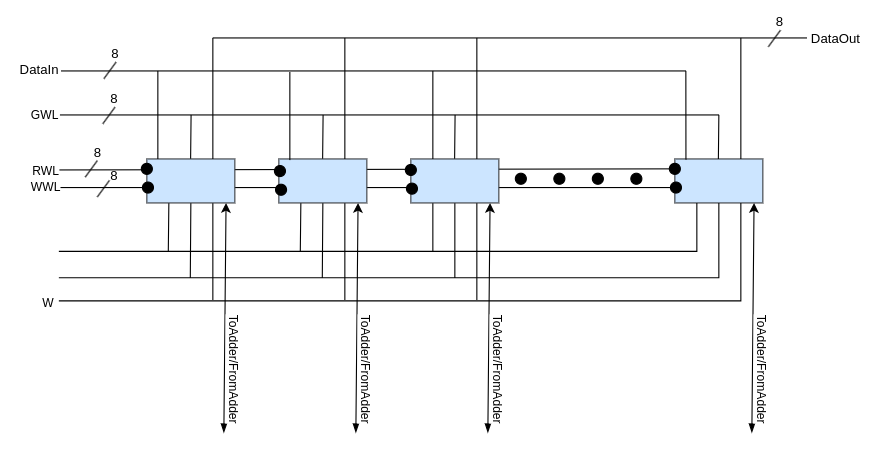
Before: Schemetics/Memory_Array.png, a diagram exported from draw.io (Muslim-314/CONV-ENGINE). Source tidied: cells renumbered, new cells last; positions are measured from the earlier drawing's top-left corner, leaving out a move shared by most shapes. The source it was exported from:
```xml
<mxGraphModel>
  <root>
    <mxCell id="0" />
    <mxCell id="1" parent="0" />
    <mxCell id="2" style="endArrow=blockThin;html=1;rounded=0;endFill=1;startArrow=classic;startFill=1;" parent="1" edge="1">
      <mxGeometry relative="1" as="geometry">
        <mxPoint x="200" y="179" as="sourcePoint" />
        <mxPoint x="198" y="388" as="targetPoint" />
      </mxGeometry>
    </mxCell>
    <mxCell id="3" value="ToAdder/FromAdder" style="edgeLabel;html=1;align=center;verticalAlign=middle;rotation=90;" parent="2" vertex="1">
      <mxGeometry x="-0.52" y="3" relative="1" as="geometry">
        <mxPoint x="5" y="100" as="offset" />
      </mxGeometry>
    </mxCell>
    <mxCell id="4" style="rounded=0;whiteSpace=wrap;html=1;fillColor=#cce5ff;strokeColor=#36393d;" parent="1" vertex="1">
      <mxGeometry x="608" y="139" width="80" height="40" as="geometry" />
    </mxCell>
    <mxCell id="5" style="endArrow=none;html=1;rounded=0;entryX=0;entryY=0.25;entryDx=0;entryDy=0;" parent="1" edge="1">
      <mxGeometry relative="1" as="geometry">
        <mxPoint x="48" y="149" as="sourcePoint" />
        <mxPoint x="608" y="148" as="targetPoint" />
      </mxGeometry>
    </mxCell>
    <mxCell id="6" style="shape=ellipse;fillColor=#000000;strokeColor=#000000;html=1;sketch=0;fontColor=#ffffff;" parent="1" vertex="1">
      <mxGeometry x="603" y="143" width="10" height="10" as="geometry" />
    </mxCell>
    <mxCell id="7" style="endArrow=none;html=1;rounded=0;entryX=0;entryY=0.25;entryDx=0;entryDy=0;" parent="1" edge="1">
      <mxGeometry relative="1" as="geometry">
        <mxPoint x="48" y="165" as="sourcePoint" />
        <mxPoint x="609" y="165" as="targetPoint" />
      </mxGeometry>
    </mxCell>
    <mxCell id="8" style="shape=ellipse;fillColor=#000000;strokeColor=#000000;html=1;sketch=0;fontColor=#ffffff;" parent="1" vertex="1">
      <mxGeometry x="604" y="160" width="10" height="10" as="geometry" />
    </mxCell>
    <mxCell id="9" style="shape=ellipse;fillColor=#000000;strokeColor=#000000;html=1;sketch=0;fontColor=#ffffff;" parent="1" vertex="1">
      <mxGeometry x="463" y="152" width="10" height="10" as="geometry" />
    </mxCell>
    <mxCell id="10" style="shape=ellipse;fillColor=#000000;strokeColor=#000000;html=1;sketch=0;fontColor=#ffffff;" parent="1" vertex="1">
      <mxGeometry x="498" y="152" width="10" height="10" as="geometry" />
    </mxCell>
    <mxCell id="11" style="shape=ellipse;fillColor=#000000;strokeColor=#000000;html=1;sketch=0;fontColor=#ffffff;" parent="1" vertex="1">
      <mxGeometry x="533" y="152" width="10" height="10" as="geometry" />
    </mxCell>
    <mxCell id="12" style="shape=ellipse;fillColor=#000000;strokeColor=#000000;html=1;sketch=0;fontColor=#ffffff;" parent="1" vertex="1">
      <mxGeometry x="568" y="152" width="10" height="10" as="geometry" />
    </mxCell>
    <mxCell id="13" style="endArrow=none;html=1;rounded=0;" parent="1" edge="1">
      <mxGeometry relative="1" as="geometry">
        <mxPoint x="48" y="247" as="sourcePoint" />
        <mxPoint x="648" y="179" as="targetPoint" />
        <Array as="points">
          <mxPoint x="648" y="247" />
        </Array>
      </mxGeometry>
    </mxCell>
    <mxCell id="14" style="endArrow=none;html=1;rounded=0;entryX=0.5;entryY=1;entryDx=0;entryDy=0;" parent="1" edge="1" target="44">
      <mxGeometry relative="1" as="geometry">
        <mxPoint x="408" y="247" as="sourcePoint" />
      </mxGeometry>
    </mxCell>
    <mxCell id="15" style="endArrow=none;html=1;rounded=0;" parent="1" edge="1">
      <mxGeometry relative="1" as="geometry">
        <mxPoint x="287.5" y="247" as="sourcePoint" />
        <mxPoint x="288" y="179" as="targetPoint" />
      </mxGeometry>
    </mxCell>
    <mxCell id="16" style="endArrow=none;html=1;rounded=0;entryX=0.5;entryY=1;entryDx=0;entryDy=0;" parent="1" edge="1" target="40">
      <mxGeometry relative="1" as="geometry">
        <mxPoint x="167.5" y="247" as="sourcePoint" />
      </mxGeometry>
    </mxCell>
    <mxCell id="17" style="endArrow=none;html=1;rounded=0;" parent="1" edge="1">
      <mxGeometry relative="1" as="geometry">
        <mxPoint x="48" y="268" as="sourcePoint" />
        <mxPoint x="668" y="179" as="targetPoint" />
        <Array as="points">
          <mxPoint x="668" y="268" />
        </Array>
      </mxGeometry>
    </mxCell>
    <mxCell id="18" style="endArrow=none;html=1;rounded=0;" parent="1" edge="1">
      <mxGeometry relative="1" as="geometry">
        <mxPoint x="428" y="267" as="sourcePoint" />
        <mxPoint x="428" y="179" as="targetPoint" />
      </mxGeometry>
    </mxCell>
    <mxCell id="19" style="endArrow=none;html=1;rounded=0;entryX=0.75;entryY=1;entryDx=0;entryDy=0;" parent="1" edge="1" target="43">
      <mxGeometry relative="1" as="geometry">
        <mxPoint x="308" y="267" as="sourcePoint" />
      </mxGeometry>
    </mxCell>
    <mxCell id="20" style="endArrow=none;html=1;rounded=0;entryX=0.75;entryY=1;entryDx=0;entryDy=0;" parent="1" edge="1" target="40">
      <mxGeometry relative="1" as="geometry">
        <mxPoint x="188" y="267" as="sourcePoint" />
      </mxGeometry>
    </mxCell>
    <mxCell id="21" style="endArrow=none;html=1;rounded=0;" parent="1" edge="1">
      <mxGeometry relative="1" as="geometry">
        <mxPoint x="48" y="223" as="sourcePoint" />
        <mxPoint x="628" y="179" as="targetPoint" />
        <Array as="points">
          <mxPoint x="628" y="223" />
        </Array>
      </mxGeometry>
    </mxCell>
    <mxCell id="22" style="endArrow=none;html=1;rounded=0;" parent="1" edge="1">
      <mxGeometry relative="1" as="geometry">
        <mxPoint x="388" y="223" as="sourcePoint" />
        <mxPoint x="388" y="179" as="targetPoint" />
      </mxGeometry>
    </mxCell>
    <mxCell id="23" style="endArrow=none;html=1;rounded=0;" parent="1" edge="1">
      <mxGeometry relative="1" as="geometry">
        <mxPoint x="267.5" y="223" as="sourcePoint" />
        <mxPoint x="268" y="179" as="targetPoint" />
      </mxGeometry>
    </mxCell>
    <mxCell id="24" style="endArrow=none;html=1;rounded=0;" parent="1" edge="1">
      <mxGeometry relative="1" as="geometry">
        <mxPoint x="147.5" y="223" as="sourcePoint" />
        <mxPoint x="148" y="179" as="targetPoint" />
      </mxGeometry>
    </mxCell>
    <mxCell id="25" value="W" style="edgeLabel;html=1;align=center;verticalAlign=middle;" parent="1" vertex="1">
      <mxGeometry x="49" y="275" as="geometry">
        <mxPoint x="-12" y="-6" as="offset" />
      </mxGeometry>
    </mxCell>
    <mxCell id="26" value="RWL" style="edgeLabel;html=1;align=center;verticalAlign=middle;" parent="1" vertex="1">
      <mxGeometry x="47" y="304" as="geometry">
        <mxPoint x="-12" y="-155" as="offset" />
      </mxGeometry>
    </mxCell>
    <mxCell id="27" value="WWL" style="edgeLabel;html=1;align=center;verticalAlign=middle;" parent="1" vertex="1">
      <mxGeometry x="47" y="170" as="geometry">
        <mxPoint x="-12" y="-6" as="offset" />
      </mxGeometry>
    </mxCell>
    <mxCell id="28" style="endArrow=blockThin;html=1;rounded=0;endFill=1;startArrow=classic;startFill=1;" parent="1" edge="1">
      <mxGeometry relative="1" as="geometry">
        <mxPoint x="320" y="179" as="sourcePoint" />
        <mxPoint x="318" y="388" as="targetPoint" />
      </mxGeometry>
    </mxCell>
    <mxCell id="29" value="ToAdder/FromAdder" style="edgeLabel;html=1;align=center;verticalAlign=middle;rotation=90;" parent="28" vertex="1">
      <mxGeometry x="-0.52" y="3" relative="1" as="geometry">
        <mxPoint x="5" y="100" as="offset" />
      </mxGeometry>
    </mxCell>
    <mxCell id="30" style="endArrow=blockThin;html=1;rounded=0;endFill=1;startArrow=classic;startFill=1;" parent="1" edge="1">
      <mxGeometry relative="1" as="geometry">
        <mxPoint x="440" y="179" as="sourcePoint" />
        <mxPoint x="438" y="388" as="targetPoint" />
      </mxGeometry>
    </mxCell>
    <mxCell id="31" value="ToAdder/FromAdder" style="edgeLabel;html=1;align=center;verticalAlign=middle;rotation=90;" parent="30" vertex="1">
      <mxGeometry x="-0.52" y="3" relative="1" as="geometry">
        <mxPoint x="5" y="100" as="offset" />
      </mxGeometry>
    </mxCell>
    <mxCell id="32" style="endArrow=blockThin;html=1;rounded=0;endFill=1;startArrow=classic;startFill=1;" parent="1" edge="1">
      <mxGeometry relative="1" as="geometry">
        <mxPoint x="680" y="179" as="sourcePoint" />
        <mxPoint x="678" y="388" as="targetPoint" />
      </mxGeometry>
    </mxCell>
    <mxCell id="33" value="ToAdder/FromAdder" style="edgeLabel;html=1;align=center;verticalAlign=middle;rotation=90;" parent="32" vertex="1">
      <mxGeometry x="-0.52" y="3" relative="1" as="geometry">
        <mxPoint x="5" y="100" as="offset" />
      </mxGeometry>
    </mxCell>
    <mxCell id="34" style="endArrow=none;html=1;rounded=0;" parent="1" edge="1">
      <mxGeometry relative="1" as="geometry">
        <mxPoint x="49" y="99" as="sourcePoint" />
        <mxPoint x="648" y="99" as="targetPoint" />
      </mxGeometry>
    </mxCell>
    <mxCell id="35" style="endArrow=none;html=1;rounded=0;" parent="1" edge="1">
      <mxGeometry relative="1" as="geometry">
        <mxPoint x="647.6" y="139" as="sourcePoint" />
        <mxPoint x="648" y="99" as="targetPoint" />
      </mxGeometry>
    </mxCell>
    <mxCell id="36" style="endArrow=none;html=1;rounded=0;" parent="1" edge="1">
      <mxGeometry relative="1" as="geometry">
        <mxPoint x="407.8" y="139" as="sourcePoint" />
        <mxPoint x="408.2" y="99" as="targetPoint" />
      </mxGeometry>
    </mxCell>
    <mxCell id="37" style="endArrow=none;html=1;rounded=0;" parent="1" edge="1">
      <mxGeometry relative="1" as="geometry">
        <mxPoint x="287.8" y="139" as="sourcePoint" />
        <mxPoint x="288.2" y="99" as="targetPoint" />
      </mxGeometry>
    </mxCell>
    <mxCell id="38" style="endArrow=none;html=1;rounded=0;" parent="1" edge="1">
      <mxGeometry relative="1" as="geometry">
        <mxPoint x="167.8" y="139" as="sourcePoint" />
        <mxPoint x="168.2" y="99" as="targetPoint" />
      </mxGeometry>
    </mxCell>
    <mxCell id="39" value="&lt;span style=&quot;color: rgb(0, 0, 0); font-family: Helvetica; font-size: 11px; font-style: normal; font-variant-ligatures: normal; font-variant-caps: normal; font-weight: 400; letter-spacing: normal; orphans: 2; text-align: center; text-indent: 0px; text-transform: none; widows: 2; word-spacing: 0px; -webkit-text-stroke-width: 0px; white-space: nowrap; background-color: rgb(255, 255, 255); text-decoration-thickness: initial; text-decoration-style: initial; text-decoration-color: initial; display: inline !important; float: none;&quot;&gt;GWL&lt;/span&gt;" style="text;whiteSpace=wrap;html=1;" parent="1" vertex="1">
      <mxGeometry x="21" y="85" width="29" height="20" as="geometry" />
    </mxCell>
    <mxCell id="40" style="rounded=0;whiteSpace=wrap;html=1;fillColor=#cce5ff;strokeColor=#36393d;" parent="1" vertex="1">
      <mxGeometry x="128" y="139" width="80" height="40" as="geometry" />
    </mxCell>
    <mxCell id="41" style="shape=ellipse;fillColor=#000000;strokeColor=#000000;html=1;sketch=0;fontColor=#ffffff;" parent="1" vertex="1">
      <mxGeometry x="124" y="160" width="10" height="10" as="geometry" />
    </mxCell>
    <mxCell id="42" style="shape=ellipse;fillColor=#000000;strokeColor=#000000;html=1;sketch=0;fontColor=#ffffff;" parent="1" vertex="1">
      <mxGeometry x="123" y="143" width="10" height="10" as="geometry" />
    </mxCell>
    <mxCell id="43" style="rounded=0;whiteSpace=wrap;html=1;fillColor=#cce5ff;strokeColor=#36393d;" parent="1" vertex="1">
      <mxGeometry x="248" y="139" width="80" height="40" as="geometry" />
    </mxCell>
    <mxCell id="44" style="rounded=0;whiteSpace=wrap;html=1;fillColor=#cce5ff;strokeColor=#36393d;" parent="1" vertex="1">
      <mxGeometry x="368" y="139" width="80" height="40" as="geometry" />
    </mxCell>
    <mxCell id="45" style="shape=ellipse;fillColor=#000000;strokeColor=#000000;html=1;sketch=0;fontColor=#ffffff;" parent="1" vertex="1">
      <mxGeometry x="244" y="145" width="10" height="10" as="geometry" />
    </mxCell>
    <mxCell id="46" style="shape=ellipse;fillColor=#000000;strokeColor=#000000;html=1;sketch=0;fontColor=#ffffff;" parent="1" vertex="1">
      <mxGeometry x="245" y="162" width="10" height="10" as="geometry" />
    </mxCell>
    <mxCell id="47" style="shape=ellipse;fillColor=#000000;strokeColor=#000000;html=1;sketch=0;fontColor=#ffffff;" parent="1" vertex="1">
      <mxGeometry x="364" y="161" width="10" height="10" as="geometry" />
    </mxCell>
    <mxCell id="48" style="shape=ellipse;fillColor=#000000;strokeColor=#000000;html=1;sketch=0;fontColor=#ffffff;" parent="1" vertex="1">
      <mxGeometry x="363" y="144" width="10" height="10" as="geometry" />
    </mxCell>
    <mxCell id="49" value="8" style="text;html=1;align=center;verticalAlign=middle;strokeColor=none;fillColor=none;" parent="1" vertex="1">
      <mxGeometry x="68" y="119" width="30" height="30" as="geometry" />
    </mxCell>
    <mxCell id="50" style="endArrow=none;html=1;rounded=0;" parent="1" edge="1">
      <mxGeometry relative="1" as="geometry">
        <mxPoint x="88" y="107" as="sourcePoint" />
        <mxPoint x="99" y="92" as="targetPoint" />
      </mxGeometry>
    </mxCell>
    <mxCell id="51" value="8" style="text;html=1;align=center;verticalAlign=middle;strokeColor=none;fillColor=none;" parent="1" vertex="1">
      <mxGeometry x="83" y="70" width="30" height="30" as="geometry" />
    </mxCell>
    <mxCell id="52" style="endArrow=none;html=1;rounded=0;" parent="1" edge="1">
      <mxGeometry relative="1" as="geometry">
        <mxPoint x="72" y="155.5" as="sourcePoint" />
        <mxPoint x="83" y="140.5" as="targetPoint" />
      </mxGeometry>
    </mxCell>
    <mxCell id="53" style="endArrow=none;html=1;rounded=0;" parent="1" edge="1">
      <mxGeometry relative="1" as="geometry">
        <mxPoint x="83" y="173.5" as="sourcePoint" />
        <mxPoint x="94" y="158.5" as="targetPoint" />
      </mxGeometry>
    </mxCell>
    <mxCell id="54" value="8" style="text;html=1;align=center;verticalAlign=middle;strokeColor=none;fillColor=none;" parent="1" vertex="1">
      <mxGeometry x="83" y="140" width="30" height="30" as="geometry" />
    </mxCell>
    <mxCell id="55" style="endArrow=none;html=1;rounded=0;" parent="1" edge="1">
      <mxGeometry relative="1" as="geometry">
        <mxPoint x="50" y="59" as="sourcePoint" />
        <mxPoint x="618" y="59" as="targetPoint" />
      </mxGeometry>
    </mxCell>
    <mxCell id="56" value="DataIn" style="text;html=1;align=center;verticalAlign=middle;strokeColor=none;fillColor=none;" parent="1" vertex="1">
      <mxGeometry y="43" width="60" height="30" as="geometry" />
    </mxCell>
    <mxCell id="57" style="endArrow=none;html=1;rounded=0;exitX=0.126;exitY=0.01;exitDx=0;exitDy=0;exitPerimeter=0;" parent="1" edge="1" source="4">
      <mxGeometry relative="1" as="geometry">
        <mxPoint x="618" y="59" as="targetPoint" />
      </mxGeometry>
    </mxCell>
    <mxCell id="58" style="endArrow=none;html=1;rounded=0;exitX=0.126;exitY=0.01;exitDx=0;exitDy=0;exitPerimeter=0;" parent="1" edge="1">
      <mxGeometry relative="1" as="geometry">
        <mxPoint x="388" y="139" as="sourcePoint" />
        <mxPoint x="388" y="59" as="targetPoint" />
      </mxGeometry>
    </mxCell>
    <mxCell id="59" style="endArrow=none;html=1;rounded=0;exitX=0.126;exitY=0.01;exitDx=0;exitDy=0;exitPerimeter=0;" parent="1" edge="1">
      <mxGeometry relative="1" as="geometry">
        <mxPoint x="258" y="140" as="sourcePoint" />
        <mxPoint x="258" y="60" as="targetPoint" />
      </mxGeometry>
    </mxCell>
    <mxCell id="60" style="endArrow=none;html=1;rounded=0;exitX=0.126;exitY=0.01;exitDx=0;exitDy=0;exitPerimeter=0;" parent="1" edge="1">
      <mxGeometry relative="1" as="geometry">
        <mxPoint x="138" y="139" as="sourcePoint" />
        <mxPoint x="138" y="59" as="targetPoint" />
      </mxGeometry>
    </mxCell>
    <mxCell id="61" style="endArrow=none;html=1;rounded=0;" parent="1" edge="1">
      <mxGeometry relative="1" as="geometry">
        <mxPoint x="89" y="66" as="sourcePoint" />
        <mxPoint x="100" y="51" as="targetPoint" />
      </mxGeometry>
    </mxCell>
    <mxCell id="62" value="8" style="text;html=1;align=center;verticalAlign=middle;strokeColor=none;fillColor=none;" parent="1" vertex="1">
      <mxGeometry x="84" y="29" width="30" height="30" as="geometry" />
    </mxCell>
    <mxCell id="63" style="endArrow=none;html=1;rounded=0;" parent="1" edge="1">
      <mxGeometry relative="1" as="geometry">
        <mxPoint x="188" y="29" as="sourcePoint" />
        <mxPoint x="728" y="29" as="targetPoint" />
      </mxGeometry>
    </mxCell>
    <mxCell id="64" style="endArrow=none;html=1;rounded=0;exitX=0.126;exitY=0.01;exitDx=0;exitDy=0;exitPerimeter=0;" parent="1" edge="1">
      <mxGeometry relative="1" as="geometry">
        <mxPoint x="668" y="139" as="sourcePoint" />
        <mxPoint x="668" y="29" as="targetPoint" />
      </mxGeometry>
    </mxCell>
    <mxCell id="65" style="endArrow=none;html=1;rounded=0;exitX=0.126;exitY=0.01;exitDx=0;exitDy=0;exitPerimeter=0;" parent="1" edge="1">
      <mxGeometry relative="1" as="geometry">
        <mxPoint x="188" y="139" as="sourcePoint" />
        <mxPoint x="188" y="29" as="targetPoint" />
      </mxGeometry>
    </mxCell>
    <mxCell id="66" style="endArrow=none;html=1;rounded=0;exitX=0.126;exitY=0.01;exitDx=0;exitDy=0;exitPerimeter=0;" parent="1" edge="1">
      <mxGeometry relative="1" as="geometry">
        <mxPoint x="308" y="139" as="sourcePoint" />
        <mxPoint x="308" y="29" as="targetPoint" />
      </mxGeometry>
    </mxCell>
    <mxCell id="67" style="endArrow=none;html=1;rounded=0;exitX=0.126;exitY=0.01;exitDx=0;exitDy=0;exitPerimeter=0;" parent="1" edge="1">
      <mxGeometry relative="1" as="geometry">
        <mxPoint x="428" y="139" as="sourcePoint" />
        <mxPoint x="428" y="29" as="targetPoint" />
      </mxGeometry>
    </mxCell>
    <mxCell id="68" style="endArrow=none;html=1;rounded=0;" parent="1" edge="1">
      <mxGeometry relative="1" as="geometry">
        <mxPoint x="693" y="37" as="sourcePoint" />
        <mxPoint x="704" y="22" as="targetPoint" />
      </mxGeometry>
    </mxCell>
    <mxCell id="69" value="8" style="text;html=1;align=center;verticalAlign=middle;strokeColor=none;fillColor=none;" parent="1" vertex="1">
      <mxGeometry x="688" width="30" height="30" as="geometry" />
    </mxCell>
    <mxCell id="70" value="DataOut" style="text;html=1;align=center;verticalAlign=middle;strokeColor=none;fillColor=none;" parent="1" vertex="1">
      <mxGeometry x="719" y="15" width="70" height="30" as="geometry" />
    </mxCell>
  </root>
</mxGraphModel>
```
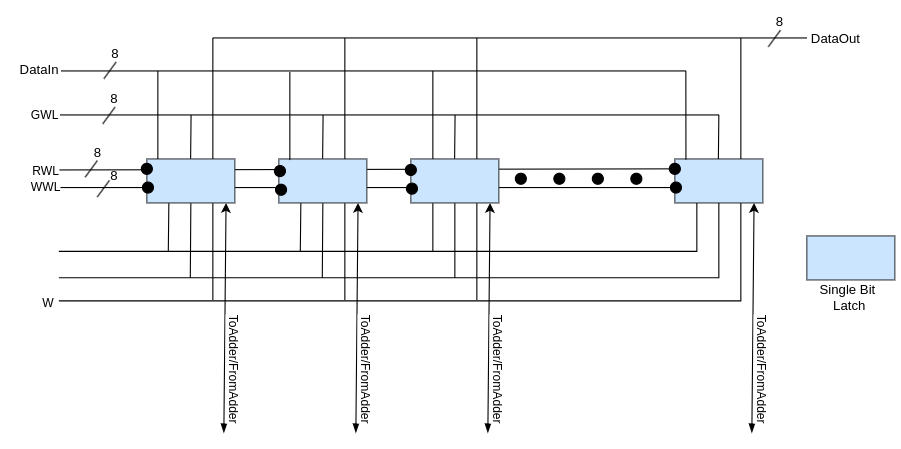
After the commit.

The edit, as a diff of the source:
```diff
@@ -341,5 +341,11 @@
     <mxCell id="70" value="DataOut" style="text;html=1;align=center;verticalAlign=middle;strokeColor=none;fillColor=none;" parent="1" vertex="1">
       <mxGeometry x="719" y="15" width="70" height="30" as="geometry" />
     </mxCell>
+    <mxCell id="71" style="rounded=0;whiteSpace=wrap;html=1;fillColor=#cce5ff;strokeColor=#36393d;" parent="1" vertex="1">
+      <mxGeometry x="728" y="209" width="80" height="40" as="geometry" />
+    </mxCell>
+    <mxCell id="72" value="Single Bit&amp;nbsp;&lt;div&gt;Latch&lt;/div&gt;" style="text;html=1;align=center;verticalAlign=middle;whiteSpace=wrap;rounded=0;" parent="1" vertex="1">
+      <mxGeometry x="737" y="250" width="60" height="30" as="geometry" />
+    </mxCell>
   </root>
 </mxGraphModel>
```
